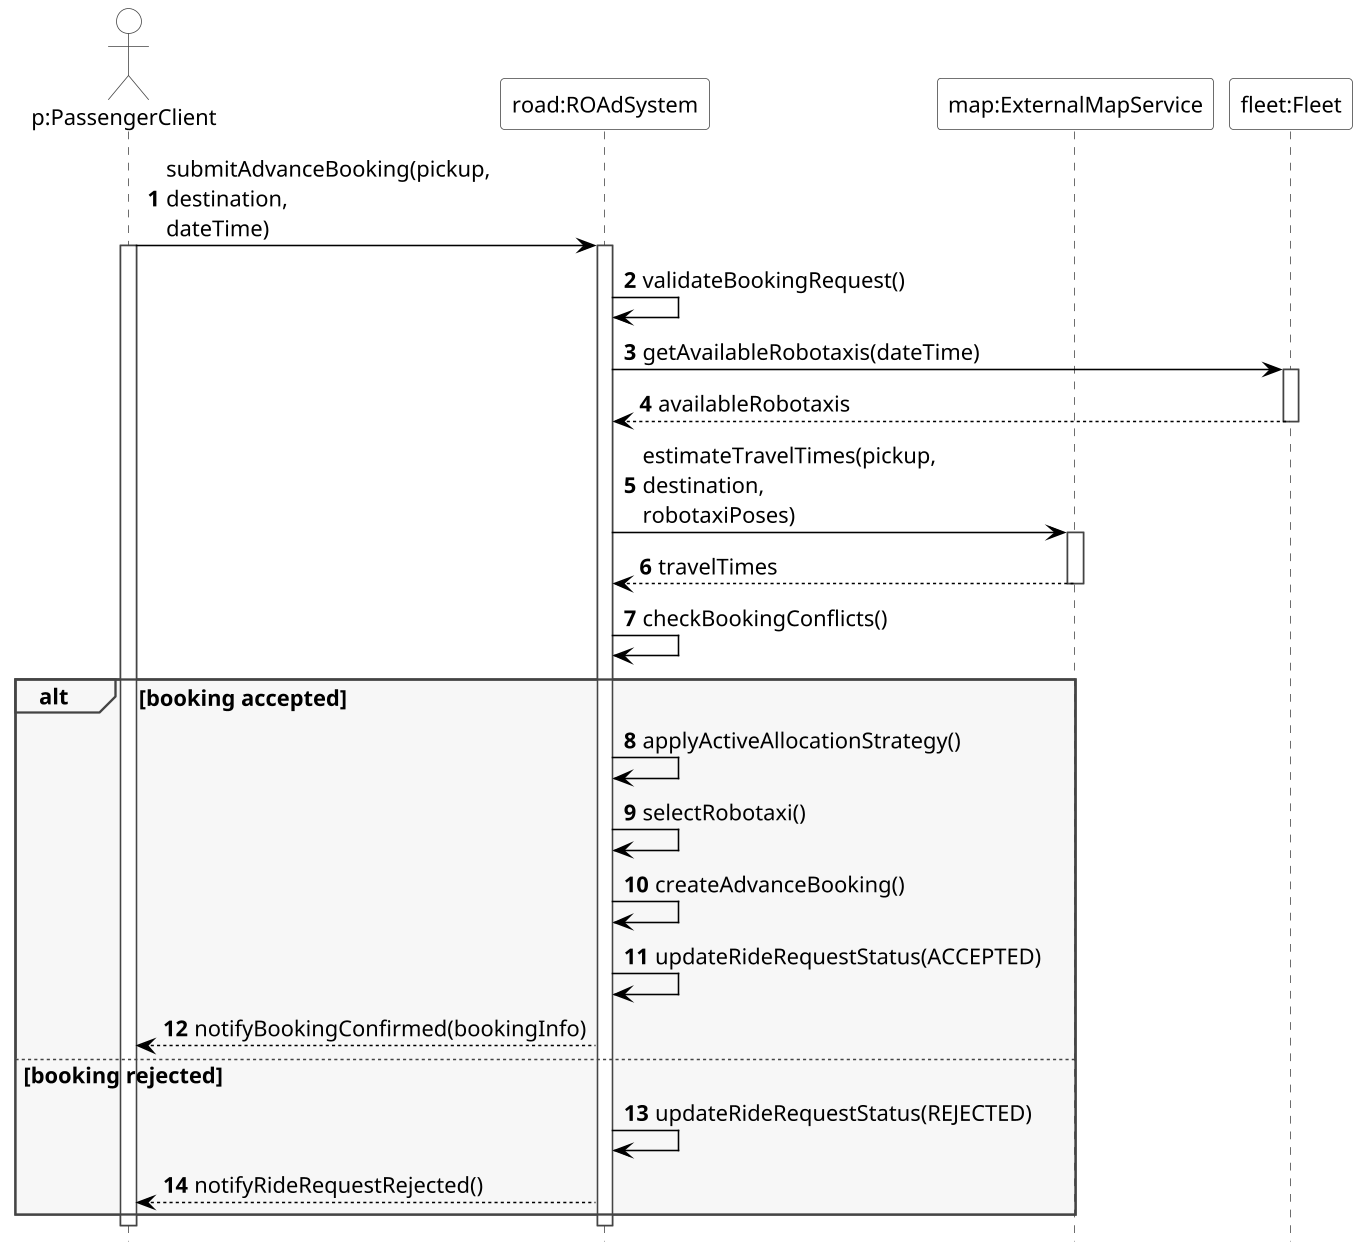
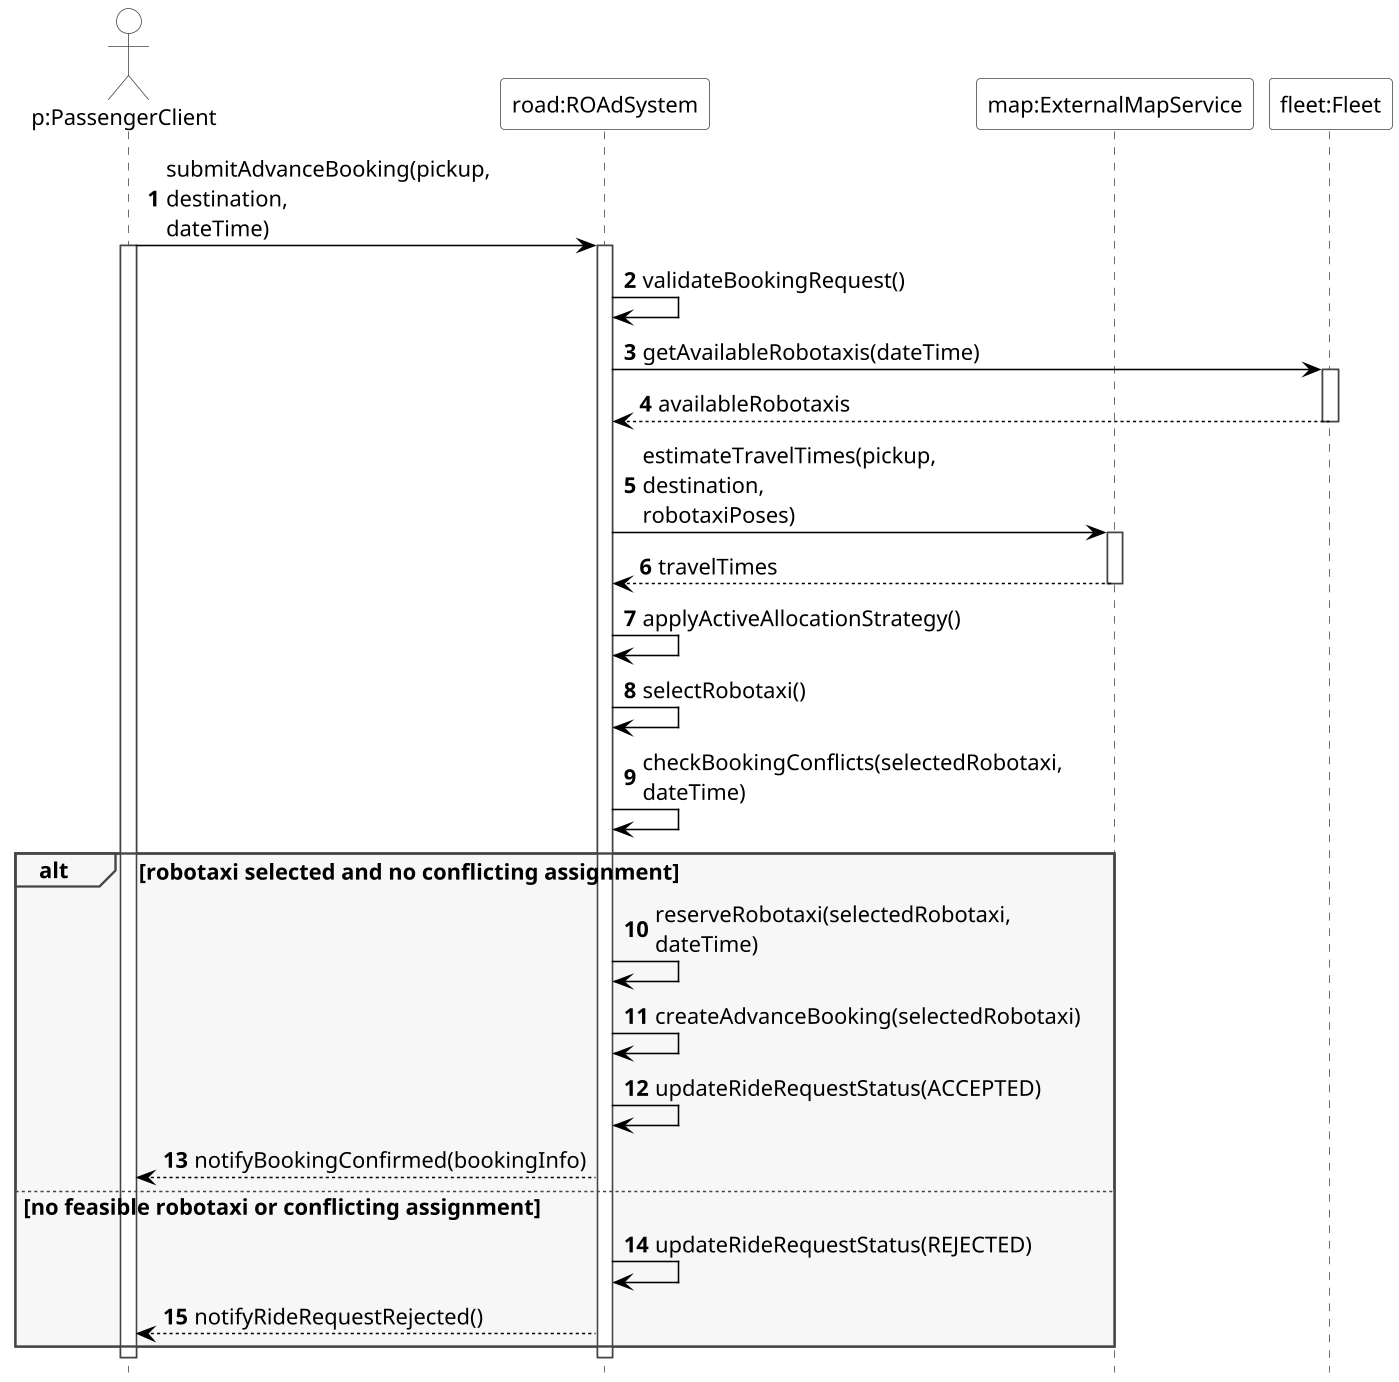
@startuml


skinparam backgroundColor white
skinparam shadowing false
skinparam defaultFontName Arial
skinparam defaultFontSize 14
skinparam dpi 150
skinparam maxMessageSize 90

skinparam sequence {
    ArrowColor black
    LifeLineBorderColor #444444
    LifeLineBackgroundColor white

    ParticipantBorderColor #444444
    ParticipantBackgroundColor white
    ParticipantFontColor black

    ActorBorderColor #444444
    ActorBackgroundColor white
    ActorFontColor black

    GroupBorderColor #444444
    GroupBackgroundColor #F7F7F7

    DividerBorderColor #444444
    DividerBackgroundColor #F2F2F2
}

<style>
sequenceDiagram {
  participant {
    Padding 20
  }

  group {
    Padding 10
    BackgroundColor #F7F7F7
    LineColor #444444
  }

  lifeLine {
    LineColor #444444
    BackgroundColor white
  }

  arrow {
    LineColor black
  }
}
</style>

hide footbox
autonumber

actor "p:PassengerClient" as P
participant "road:ROAdSystem" as ROAD
participant "map:ExternalMapService" as MAP
participant "fleet:Fleet" as FLEET

P -> ROAD : submitAdvanceBooking(pickup, destination, dateTime)
activate P
activate ROAD

ROAD -> ROAD : validateBookingRequest()

ROAD -> FLEET : getAvailableRobotaxis(dateTime)
activate FLEET
FLEET --> ROAD : availableRobotaxis
deactivate FLEET

ROAD -> MAP : estimateTravelTimes(pickup, destination, robotaxiPoses)
activate MAP
MAP --> ROAD : travelTimes
deactivate MAP

- ROAD -> ROAD : checkBookingConflicts()
+ ROAD -> ROAD : applyActiveAllocationStrategy()
+ ROAD -> ROAD : selectRobotaxi()
+ ROAD -> ROAD : checkBookingConflicts(selectedRobotaxi, dateTime)

- alt booking accepted
-     ROAD -> ROAD : applyActiveAllocationStrategy()
-     ROAD -> ROAD : selectRobotaxi()
-     ROAD -> ROAD : createAdvanceBooking()
+ alt robotaxi selected and no conflicting assignment
+     ROAD -> ROAD : reserveRobotaxi(selectedRobotaxi, dateTime)
+     ROAD -> ROAD : createAdvanceBooking(selectedRobotaxi)
    ROAD -> ROAD : updateRideRequestStatus(ACCEPTED)

    ROAD --> P : notifyBookingConfirmed(bookingInfo)

- else booking rejected
+ else no feasible robotaxi or conflicting assignment
    ROAD -> ROAD : updateRideRequestStatus(REJECTED)

    ROAD --> P : notifyRideRequestRejected()
end

deactivate ROAD
deactivate P

- @enduml+ @enduml
